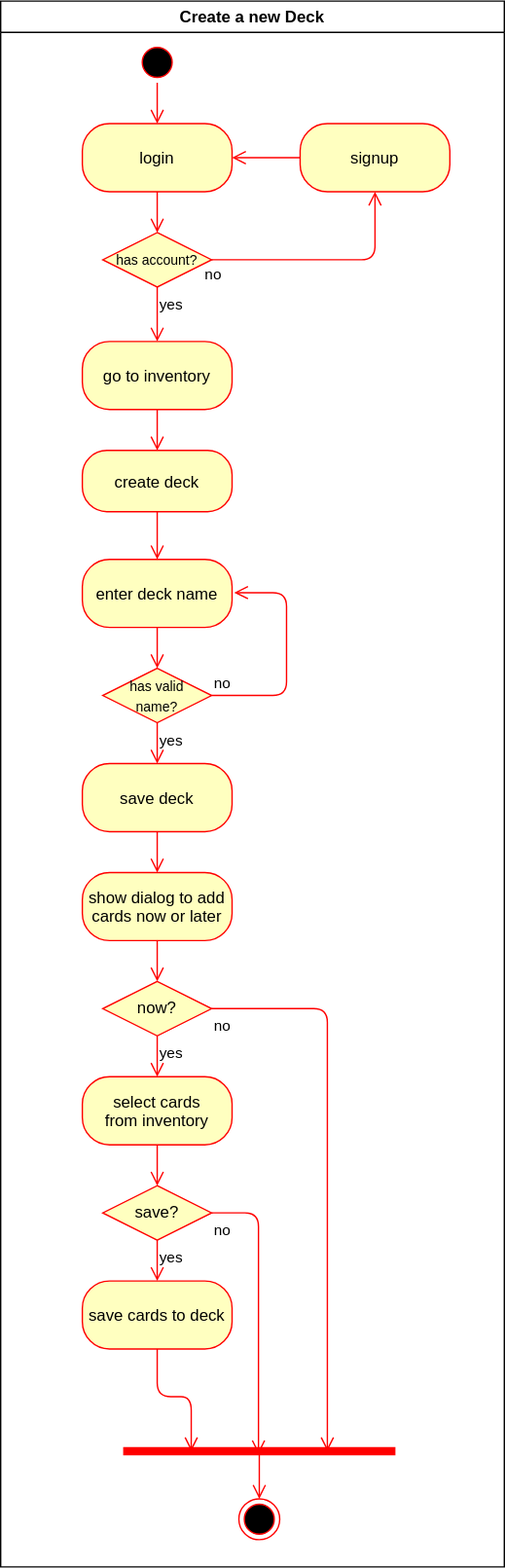
Above: diagrams/activity_create_decks.drawio.svg in i3ene/decksterous (draw.io), before the change. Source tidied: cells renumbered, new cells last; positions are measured from the earlier drawing's top-left corner, leaving out a move shared by most shapes.
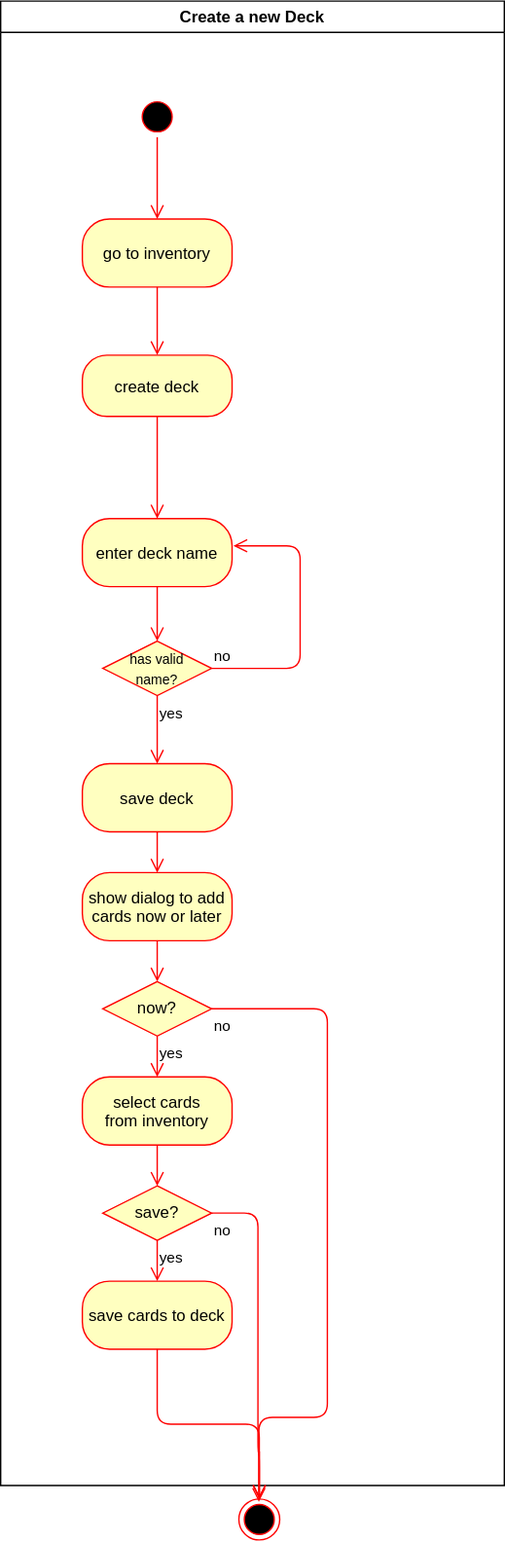
The same file after the commit.

The edit, as a diff of the source:
```diff
@@ -3,38 +3,32 @@
     <mxCell id="0" />
     <mxCell id="1" parent="0" />
     <mxCell id="2" value="Create a new Deck" style="swimlane;whiteSpace=wrap;swimlaneLine=1;" parent="1" vertex="1">
-      <mxGeometry width="370" height="1150" as="geometry" />
+      <mxGeometry width="370" height="1090" as="geometry" />
     </mxCell>
     <mxCell id="3" style="ellipse;shape=startState;fillColor=#000000;strokeColor=#ff0000;" parent="2" vertex="1">
-      <mxGeometry x="100" y="30" width="30" height="30" as="geometry" />
+      <mxGeometry x="100" y="70" width="30" height="30" as="geometry" />
     </mxCell>
-    <mxCell id="4" value="login" style="perimeter=rectanglePerimeter;fillColor=#ffffc0;strokeColor=#ff0000;fontColor=#000000;rounded=1;arcSize=40;" parent="2" vertex="1">
-      <mxGeometry x="60" y="90" width="110" height="50" as="geometry" />
-    </mxCell>
     <mxCell id="5" value="go to inventory" style="perimeter=rectanglePerimeter;fillColor=#ffffc0;strokeColor=#ff0000;fontColor=#000000;rounded=1;arcSize=40;" parent="2" vertex="1">
-      <mxGeometry x="60" y="250" width="110" height="50" as="geometry" />
+      <mxGeometry x="60" y="160" width="110" height="50" as="geometry" />
     </mxCell>
     <mxCell id="6" value="create deck" style="perimeter=rectanglePerimeter;fillColor=#ffffc0;strokeColor=#ff0000;fontColor=#000000;rounded=1;arcSize=40;" parent="2" vertex="1">
-      <mxGeometry x="60" y="330" width="110" height="45" as="geometry" />
+      <mxGeometry x="60" y="260" width="110" height="45" as="geometry" />
     </mxCell>
-    <mxCell id="7" value="signup" style="perimeter=rectanglePerimeter;fillColor=#ffffc0;strokeColor=#ff0000;fontColor=#000000;rounded=1;arcSize=40;" parent="2" vertex="1">
-      <mxGeometry x="220" y="90" width="110" height="50" as="geometry" />
-    </mxCell>
     <mxCell id="8" value="enter deck name" style="perimeter=rectanglePerimeter;fillColor=#ffffc0;strokeColor=#ff0000;fontColor=#000000;rounded=1;arcSize=40;" parent="2" vertex="1">
-      <mxGeometry x="60" y="410" width="110" height="50" as="geometry" />
+      <mxGeometry x="60" y="380" width="110" height="50" as="geometry" />
     </mxCell>
     <mxCell id="9" value="save deck" style="perimeter=rectanglePerimeter;fillColor=#ffffc0;strokeColor=#ff0000;fontColor=#000000;rounded=1;arcSize=40;" parent="2" vertex="1">
       <mxGeometry x="60" y="560" width="110" height="50" as="geometry" />
     </mxCell>
     <mxCell id="10" value="&lt;font style=&quot;font-size: 10px&quot;&gt;has valid&lt;br&gt;name?&lt;/font&gt;" style="rhombus;whiteSpace=wrap;html=1;fillColor=#ffffc0;strokeColor=#ff0000;" parent="2" vertex="1">
-      <mxGeometry x="75" y="490" width="80" height="40" as="geometry" />
+      <mxGeometry x="75" y="470" width="80" height="40" as="geometry" />
     </mxCell>
-    <mxCell id="11" value="no" style="edgeStyle=orthogonalEdgeStyle;html=1;align=left;verticalAlign=bottom;endArrow=open;endSize=8;strokeColor=#ff0000;exitX=1;exitY=0.5;exitDx=0;exitDy=0;entryX=1.014;entryY=0.49;entryDx=0;entryDy=0;entryPerimeter=0;" parent="2" edge="1" source="10" target="8">
+    <mxCell id="11" value="no" style="edgeStyle=orthogonalEdgeStyle;html=1;align=left;verticalAlign=bottom;endArrow=open;endSize=8;strokeColor=#ff0000;exitX=1;exitY=0.5;exitDx=0;exitDy=0;" parent="2" edge="1" source="10">
       <mxGeometry x="-1" relative="1" as="geometry">
+        <mxPoint x="171" y="400" as="targetPoint" />
         <Array as="points">
-          <mxPoint x="210" y="510" />
-          <mxPoint x="210" y="435" />
-          <mxPoint x="172" y="435" />
+          <mxPoint x="220" y="490" />
+          <mxPoint x="220" y="400" />
         </Array>
       </mxGeometry>
     </mxCell>
@@ -65,27 +59,27 @@
     <mxCell id="20" value="yes" style="edgeStyle=orthogonalEdgeStyle;html=1;align=left;verticalAlign=top;endArrow=open;endSize=8;strokeColor=#ff0000;exitX=0.5;exitY=1;exitDx=0;exitDy=0;entryX=0.5;entryY=0;entryDx=0;entryDy=0;" parent="2" edge="1" source="17" target="16">
       <mxGeometry x="-1" relative="1" as="geometry" />
     </mxCell>
-    <mxCell id="21" value="no" style="edgeStyle=orthogonalEdgeStyle;html=1;align=left;verticalAlign=top;endArrow=open;endSize=8;strokeColor=#ff0000;exitX=1;exitY=0.5;exitDx=0;exitDy=0;entryX=0.497;entryY=0.731;entryDx=0;entryDy=0;entryPerimeter=0;" parent="2" edge="1" source="17" target="36">
+    <mxCell id="21" value="no" style="edgeStyle=orthogonalEdgeStyle;html=1;align=left;verticalAlign=top;endArrow=open;endSize=8;strokeColor=#ff0000;exitX=1;exitY=0.5;exitDx=0;exitDy=0;entryX=0.5;entryY=0;entryDx=0;entryDy=0;" parent="2" edge="1" source="17" target="38">
       <mxGeometry x="-1" relative="1" as="geometry">
         <Array as="points">
           <mxPoint x="189" y="890" />
           <mxPoint x="189" y="1067" />
+          <mxPoint x="190" y="1067" />
         </Array>
       </mxGeometry>
     </mxCell>
-    <mxCell id="22" value="no" style="edgeStyle=orthogonalEdgeStyle;html=1;align=left;verticalAlign=top;endArrow=open;endSize=8;strokeColor=#ff0000;exitX=1;exitY=0.5;exitDx=0;exitDy=0;entryX=0.75;entryY=0.5;entryDx=0;entryDy=0;entryPerimeter=0;" parent="2" edge="1" source="14" target="36">
+    <mxCell id="22" value="no" style="edgeStyle=orthogonalEdgeStyle;html=1;align=left;verticalAlign=top;endArrow=open;endSize=8;strokeColor=#ff0000;exitX=1;exitY=0.5;exitDx=0;exitDy=0;entryX=0.489;entryY=0.07;entryDx=0;entryDy=0;entryPerimeter=0;" parent="2" edge="1" source="14" target="38">
       <mxGeometry x="-1" relative="1" as="geometry">
         <Array as="points">
           <mxPoint x="240" y="740" />
+          <mxPoint x="240" y="1040" />
+          <mxPoint x="190" y="1040" />
         </Array>
       </mxGeometry>
     </mxCell>
-    <mxCell id="23" style="edgeStyle=orthogonalEdgeStyle;html=1;align=left;verticalAlign=top;endArrow=open;endSize=8;strokeColor=#ff0000;exitX=0.5;exitY=1;exitDx=0;exitDy=0;entryX=0.25;entryY=0.5;entryDx=0;entryDy=0;entryPerimeter=0;" parent="2" edge="1" source="16" target="36">
+    <mxCell id="23" style="edgeStyle=orthogonalEdgeStyle;html=1;align=left;verticalAlign=top;endArrow=open;endSize=8;strokeColor=#ff0000;exitX=0.5;exitY=1;exitDx=0;exitDy=0;entryX=0.5;entryY=0;entryDx=0;entryDy=0;" parent="2" edge="1" source="16" target="38">
       <mxGeometry x="-1" relative="1" as="geometry" />
     </mxCell>
-    <mxCell id="24" value="&lt;font style=&quot;font-size: 10px&quot;&gt;has account?&lt;/font&gt;" style="rhombus;whiteSpace=wrap;html=1;fillColor=#ffffc0;strokeColor=#ff0000;" parent="2" vertex="1">
-      <mxGeometry x="75" y="170" width="80" height="40" as="geometry" />
-    </mxCell>
     <mxCell id="25" style="edgeStyle=orthogonalEdgeStyle;html=1;align=left;verticalAlign=top;endArrow=open;endSize=8;strokeColor=#ff0000;entryX=0.5;entryY=0;entryDx=0;entryDy=0;exitX=0.5;exitY=1;exitDx=0;exitDy=0;" parent="2" edge="1" source="13" target="14">
       <mxGeometry x="-1" relative="1" as="geometry" />
     </mxCell>
@@ -95,37 +89,23 @@
     <mxCell id="27" style="edgeStyle=orthogonalEdgeStyle;html=1;align=left;verticalAlign=top;endArrow=open;endSize=8;strokeColor=#ff0000;entryX=0.5;entryY=0;entryDx=0;entryDy=0;exitX=0.5;exitY=1;exitDx=0;exitDy=0;" parent="2" edge="1" source="6" target="8">
       <mxGeometry x="-1" relative="1" as="geometry" />
     </mxCell>
-    <mxCell id="28" value="yes" style="edgeStyle=orthogonalEdgeStyle;html=1;align=left;verticalAlign=top;endArrow=open;endSize=8;strokeColor=#ff0000;exitX=0.5;exitY=1;exitDx=0;exitDy=0;entryX=0.5;entryY=0;entryDx=0;entryDy=0;" parent="2" edge="1" source="24" target="5">
-      <mxGeometry x="-1" relative="1" as="geometry" />
-    </mxCell>
-    <mxCell id="29" style="edgeStyle=orthogonalEdgeStyle;html=1;align=left;verticalAlign=top;endArrow=open;endSize=8;strokeColor=#ff0000;exitX=0.5;exitY=1;exitDx=0;exitDy=0;entryX=0.5;entryY=0;entryDx=0;entryDy=0;" parent="2" edge="1" source="5" target="6">
+    <mxCell id="29" style="edgeStyle=orthogonalEdgeStyle;html=1;align=left;verticalAlign=top;endArrow=open;endSize=8;strokeColor=#ff0000;entryX=0.5;entryY=0;entryDx=0;entryDy=0;" parent="2" edge="1" source="5" target="6">
       <mxGeometry x="-1" relative="1" as="geometry" />
     </mxCell>
-    <mxCell id="30" style="edgeStyle=orthogonalEdgeStyle;html=1;align=left;verticalAlign=top;endArrow=open;endSize=8;strokeColor=#ff0000;exitX=1;exitY=0.5;exitDx=0;exitDy=0;entryX=0.5;entryY=1;entryDx=0;entryDy=0;" parent="2" edge="1" source="24" target="7">
-      <mxGeometry x="-1" relative="1" as="geometry" />
-    </mxCell>
-    <mxCell id="31" value="no" style="edgeLabel;html=1;align=center;verticalAlign=middle;" parent="30" vertex="1">
-      <mxGeometry x="-0.71" y="-1" relative="1" as="geometry">
-        <mxPoint x="-25" y="9" as="offset" />
-      </mxGeometry>
-    </mxCell>
-    <mxCell id="32" style="edgeStyle=orthogonalEdgeStyle;html=1;align=left;verticalAlign=top;endArrow=open;endSize=8;strokeColor=#ff0000;exitX=0;exitY=0.5;exitDx=0;exitDy=0;entryX=1;entryY=0.5;entryDx=0;entryDy=0;" parent="2" edge="1" source="7" target="4">
-      <mxGeometry x="-1" relative="1" as="geometry" />
-    </mxCell>
-    <mxCell id="33" style="edgeStyle=orthogonalEdgeStyle;html=1;align=left;verticalAlign=top;endArrow=open;endSize=8;strokeColor=#ff0000;exitX=0.5;exitY=1;exitDx=0;exitDy=0;entryX=0.5;entryY=0;entryDx=0;entryDy=0;" parent="2" edge="1" source="3" target="4">
+    <mxCell id="33" style="edgeStyle=orthogonalEdgeStyle;html=1;align=left;verticalAlign=top;endArrow=open;endSize=8;strokeColor=#ff0000;exitX=0.5;exitY=1;exitDx=0;exitDy=0;entryX=0.5;entryY=0;entryDx=0;entryDy=0;" parent="2" edge="1" source="3" target="5">
       <mxGeometry x="-1" relative="1" as="geometry" />
     </mxCell>
-    <mxCell id="34" style="edgeStyle=orthogonalEdgeStyle;html=1;align=left;verticalAlign=top;endArrow=open;endSize=8;strokeColor=#ff0000;exitX=0.5;exitY=1;exitDx=0;exitDy=0;entryX=0.5;entryY=0;entryDx=0;entryDy=0;" parent="2" edge="1" source="4" target="24">
-      <mxGeometry x="-1" relative="1" as="geometry" />
-    </mxCell>
     <mxCell id="35" style="edgeStyle=orthogonalEdgeStyle;html=1;align=left;verticalAlign=top;endArrow=open;endSize=8;strokeColor=#ff0000;entryX=0.5;entryY=0;entryDx=0;entryDy=0;exitX=0.5;exitY=1;exitDx=0;exitDy=0;" parent="2" edge="1" source="15" target="17">
       <mxGeometry x="-1" relative="1" as="geometry" />
     </mxCell>
-    <mxCell id="36" style="shape=line;html=1;strokeWidth=6;strokeColor=#ff0000;perimeter=none;" parent="2" vertex="1">
-      <mxGeometry x="90" y="1060" width="200" height="10" as="geometry" />
-    </mxCell>
-    <mxCell id="37" style="edgeStyle=orthogonalEdgeStyle;html=1;verticalAlign=bottom;endArrow=open;endSize=8;strokeColor=#ff0000;entryX=0.5;entryY=0;entryDx=0;entryDy=0;" parent="2" edge="1" source="36" target="38">
-      <mxGeometry relative="1" as="geometry" />
+    <mxCell id="37" style="edgeStyle=orthogonalEdgeStyle;html=1;verticalAlign=bottom;endArrow=open;endSize=8;strokeColor=#ff0000;entryX=0.5;entryY=0;entryDx=0;entryDy=0;" parent="2" edge="1" target="38">
+      <mxGeometry relative="1" as="geometry">
+        <mxPoint x="190" y="1065" as="sourcePoint" />
+        <Array as="points">
+          <mxPoint x="190" y="1100" />
+          <mxPoint x="190" y="1100" />
+        </Array>
+      </mxGeometry>
     </mxCell>
     <mxCell id="38" style="ellipse;html=1;shape=endState;fillColor=#000000;strokeColor=#ff0000;" parent="2" vertex="1">
       <mxGeometry x="175" y="1100" width="30" height="30" as="geometry" />
```
